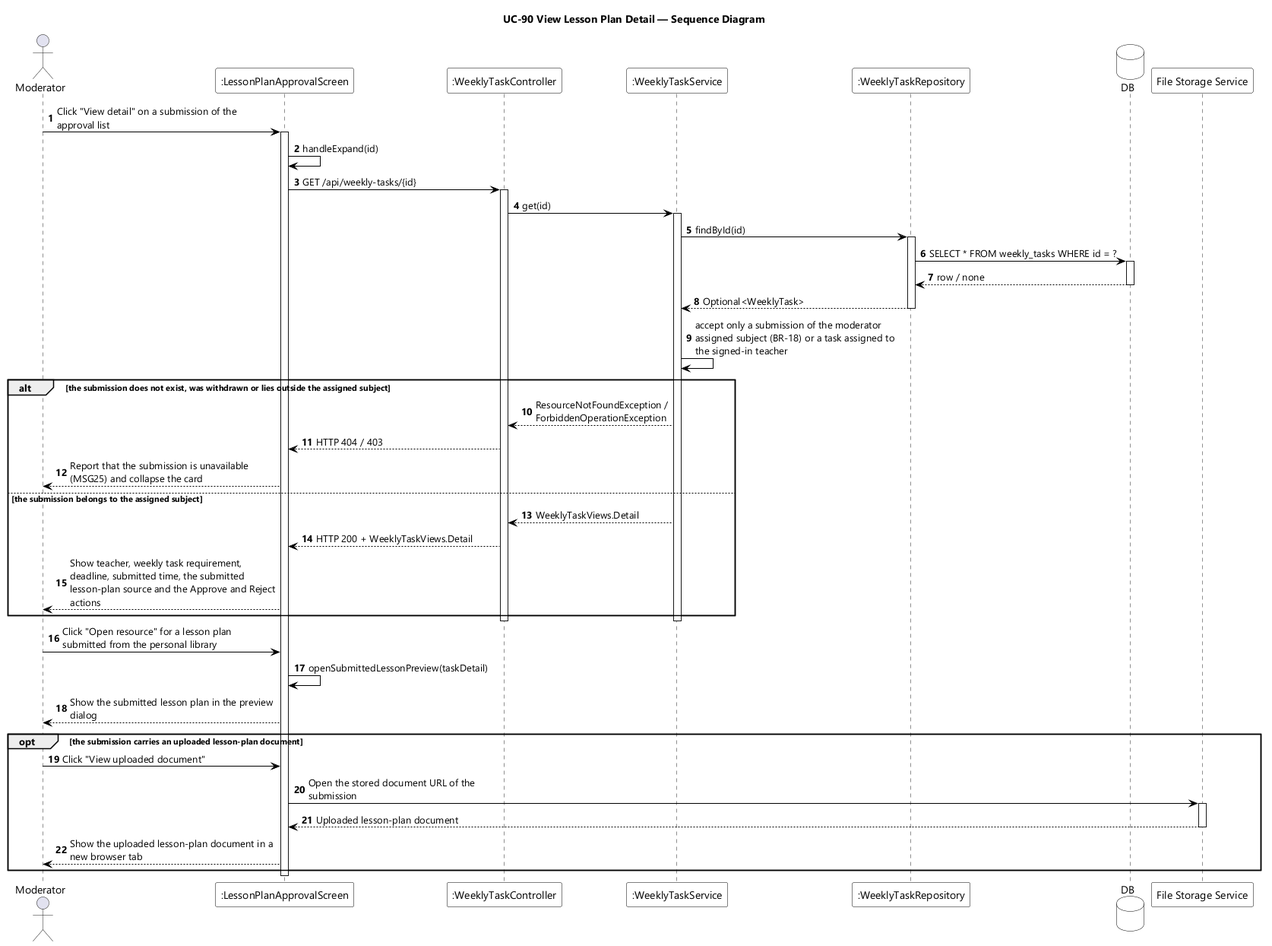
This is designs/sds-diagrams/uc90/uc90-sequence-diagram.png from EduA-system/EduA-system, a PlantUML export, as it was before one commit. Its diagram source:
```plantuml
@startuml UC-90 View Lesson Plan Detail - Sequence Diagram
skinparamlocked dpi 96
skinparam defaultFontName "Segoe UI"
skinparam shadowing false
skinparam ParticipantBackgroundColor #FFFFFF
skinparam ParticipantBorderColor #000000
skinparam DatabaseBackgroundColor #FFFFFF
skinparam DatabaseBorderColor #000000
skinparam ArrowColor #000000
skinparam sequenceMessageAlign left
skinparam maxMessageSize 280
title UC-90 View Lesson Plan Detail — Sequence Diagram

actor Moderator
participant ":LessonPlanApprovalScreen" as UI
participant ":WeeklyTaskController" as CTL
participant ":WeeklyTaskService" as SVC
participant ":WeeklyTaskRepository" as REPO
database DB
participant "File Storage Service" as FS

autonumber
Moderator -> UI : Click "View detail" on a submission of the approval list
activate UI
UI -> UI : handleExpand(id)
UI -> CTL : GET /api/weekly-tasks/{id}
activate CTL
CTL -> SVC : get(id)
activate SVC
SVC -> REPO : findById(id)
activate REPO
REPO -> DB : SELECT * FROM weekly_tasks WHERE id = ?
activate DB
DB --> REPO : row / none
deactivate DB
REPO --> SVC : Optional<WeeklyTask>
deactivate REPO
SVC -> SVC : accept only a submission of the moderator assigned subject (BR-18) or a task assigned to the signed-in teacher

alt the submission does not exist, was withdrawn or lies outside the assigned subject
  SVC --> CTL : ResourceNotFoundException / ForbiddenOperationException
  CTL --> UI : HTTP 404 / 403
  UI --> Moderator : Report that the submission is unavailable (MSG25) and collapse the card
else the submission belongs to the assigned subject
  SVC --> CTL : WeeklyTaskViews.Detail
  CTL --> UI : HTTP 200 + WeeklyTaskViews.Detail
  UI --> Moderator : Show teacher, weekly task requirement, deadline, submitted time, the submitted lesson-plan source and the Approve and Reject actions
end
deactivate SVC
deactivate CTL

Moderator -> UI : Click "Open resource" for a lesson plan submitted from the personal library
UI -> UI : openSubmittedLessonPreview(taskDetail)
UI --> Moderator : Show the submitted lesson plan in the preview dialog

opt the submission carries an uploaded lesson-plan document
  Moderator -> UI : Click "View uploaded document"
  UI -> FS : Open the stored document URL of the submission
  activate FS
  FS --> UI : Uploaded lesson-plan document
  deactivate FS
  UI --> Moderator : Show the uploaded lesson-plan document in a new browser tab
end
deactivate UI
@enduml
```
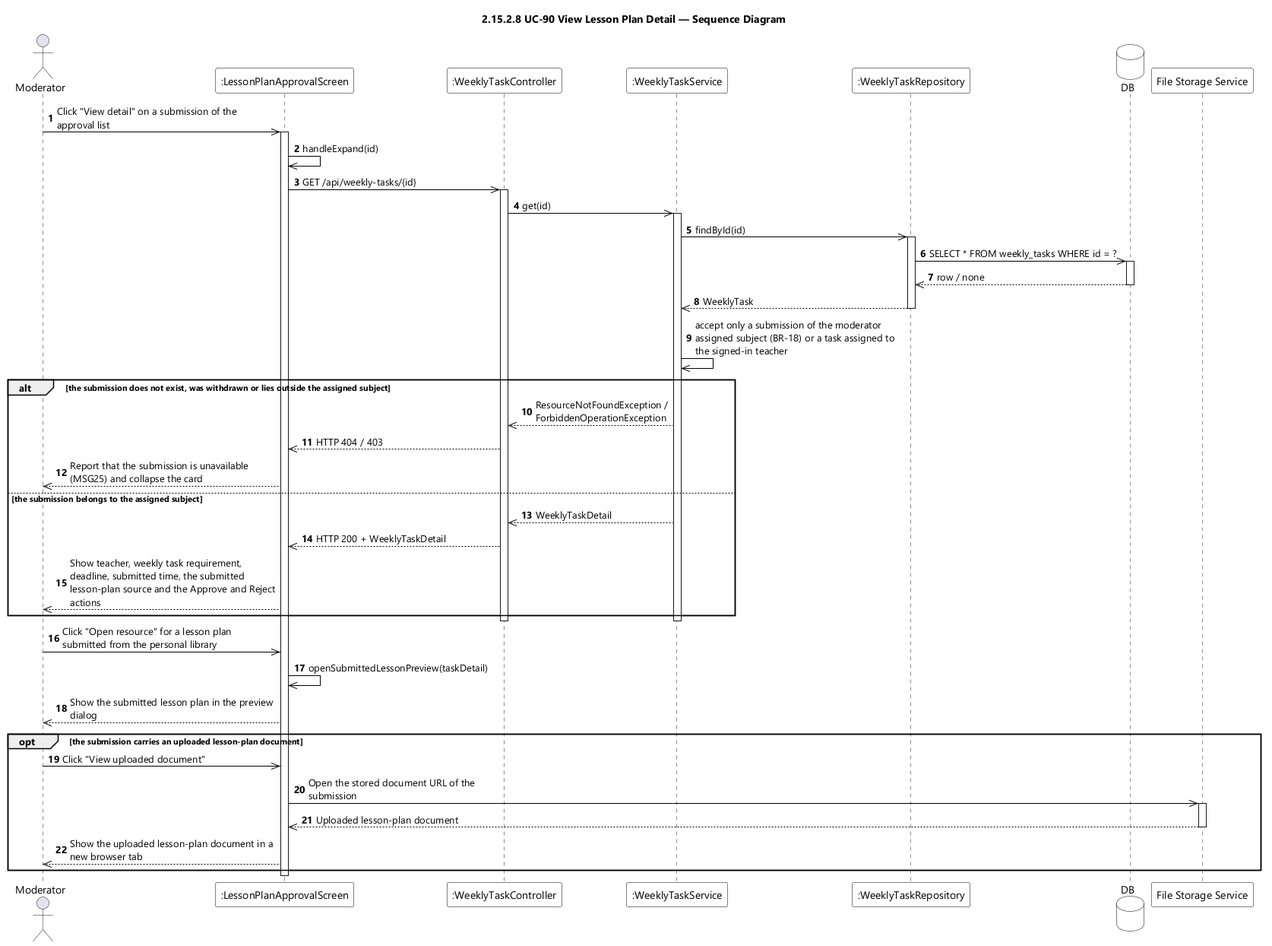
After the commit.

Diff of the diagram source:
```diff
@@ -9,7 +9,7 @@
 skinparam ArrowColor #000000
 skinparam sequenceMessageAlign left
 skinparam maxMessageSize 280
-title UC-90 View Lesson Plan Detail — Sequence Diagram
+title 2.15.2.8 UC-90 View Lesson Plan Detail — Sequence Diagram
 
 actor Moderator
 participant ":LessonPlanApprovalScreen" as UI
@@ -20,46 +20,46 @@
 participant "File Storage Service" as FS
 
 autonumber
-Moderator -> UI : Click "View detail" on a submission of the approval list
+Moderator ->> UI : Click "View detail" on a submission of the approval list
 activate UI
-UI -> UI : handleExpand(id)
-UI -> CTL : GET /api/weekly-tasks/{id}
+UI ->> UI : handleExpand(id)
+UI ->> CTL : GET /api/weekly-tasks/{id}
 activate CTL
-CTL -> SVC : get(id)
+CTL ->> SVC : get(id)
 activate SVC
-SVC -> REPO : findById(id)
+SVC ->> REPO : findById(id)
 activate REPO
-REPO -> DB : SELECT * FROM weekly_tasks WHERE id = ?
+REPO ->> DB : SELECT * FROM weekly_tasks WHERE id = ?
 activate DB
-DB --> REPO : row / none
+DB -->> REPO : row / none
 deactivate DB
-REPO --> SVC : Optional<WeeklyTask>
+REPO -->> SVC : WeeklyTask
 deactivate REPO
-SVC -> SVC : accept only a submission of the moderator assigned subject (BR-18) or a task assigned to the signed-in teacher
+SVC ->> SVC : accept only a submission of the moderator assigned subject (BR-18) or a task assigned to the signed-in teacher
 
 alt the submission does not exist, was withdrawn or lies outside the assigned subject
-  SVC --> CTL : ResourceNotFoundException / ForbiddenOperationException
-  CTL --> UI : HTTP 404 / 403
-  UI --> Moderator : Report that the submission is unavailable (MSG25) and collapse the card
+  SVC -->> CTL : ResourceNotFoundException / ForbiddenOperationException
+  CTL -->> UI : HTTP 404 / 403
+  UI -->> Moderator : Report that the submission is unavailable (MSG25) and collapse the card
 else the submission belongs to the assigned subject
-  SVC --> CTL : WeeklyTaskViews.Detail
-  CTL --> UI : HTTP 200 + WeeklyTaskViews.Detail
-  UI --> Moderator : Show teacher, weekly task requirement, deadline, submitted time, the submitted lesson-plan source and the Approve and Reject actions
+  SVC -->> CTL : WeeklyTaskDetail
+  CTL -->> UI : HTTP 200 + WeeklyTaskDetail
+  UI -->> Moderator : Show teacher, weekly task requirement, deadline, submitted time, the submitted lesson-plan source and the Approve and Reject actions
 end
 deactivate SVC
 deactivate CTL
 
-Moderator -> UI : Click "Open resource" for a lesson plan submitted from the personal library
-UI -> UI : openSubmittedLessonPreview(taskDetail)
-UI --> Moderator : Show the submitted lesson plan in the preview dialog
+Moderator ->> UI : Click "Open resource" for a lesson plan submitted from the personal library
+UI ->> UI : openSubmittedLessonPreview(taskDetail)
+UI -->> Moderator : Show the submitted lesson plan in the preview dialog
 
 opt the submission carries an uploaded lesson-plan document
-  Moderator -> UI : Click "View uploaded document"
-  UI -> FS : Open the stored document URL of the submission
+  Moderator ->> UI : Click "View uploaded document"
+  UI ->> FS : Open the stored document URL of the submission
   activate FS
-  FS --> UI : Uploaded lesson-plan document
+  FS -->> UI : Uploaded lesson-plan document
   deactivate FS
-  UI --> Moderator : Show the uploaded lesson-plan document in a new browser tab
+  UI -->> Moderator : Show the uploaded lesson-plan document in a new browser tab
 end
 deactivate UI
 @enduml
```
